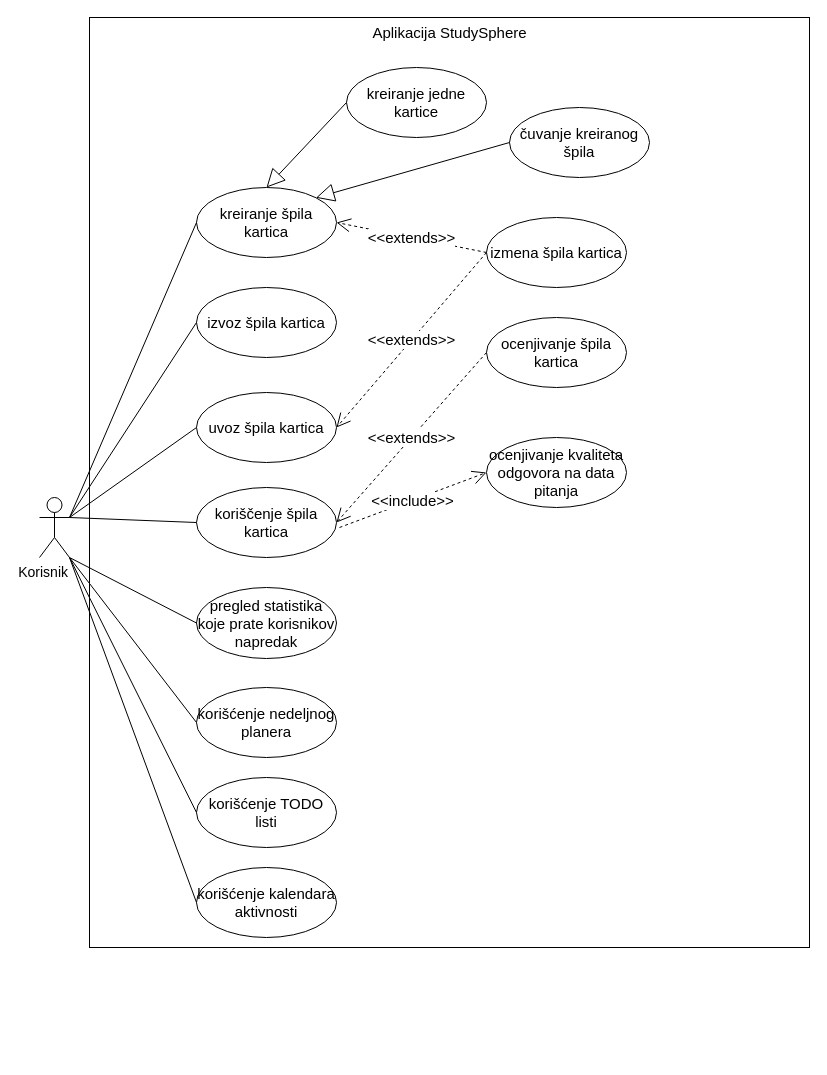
Before: docs/use_case_diagram.drawio in bogdans55/StudySphere, a draw.io diagram. Source tidied: cells renumbered, new cells numbered last; positions are measured from the earlier drawing's top-left corner, leaving out a move shared by most shapes. Both pictures are drawn from the tidied source at 100%, with x=0, y=0 at pixel (39, 17).
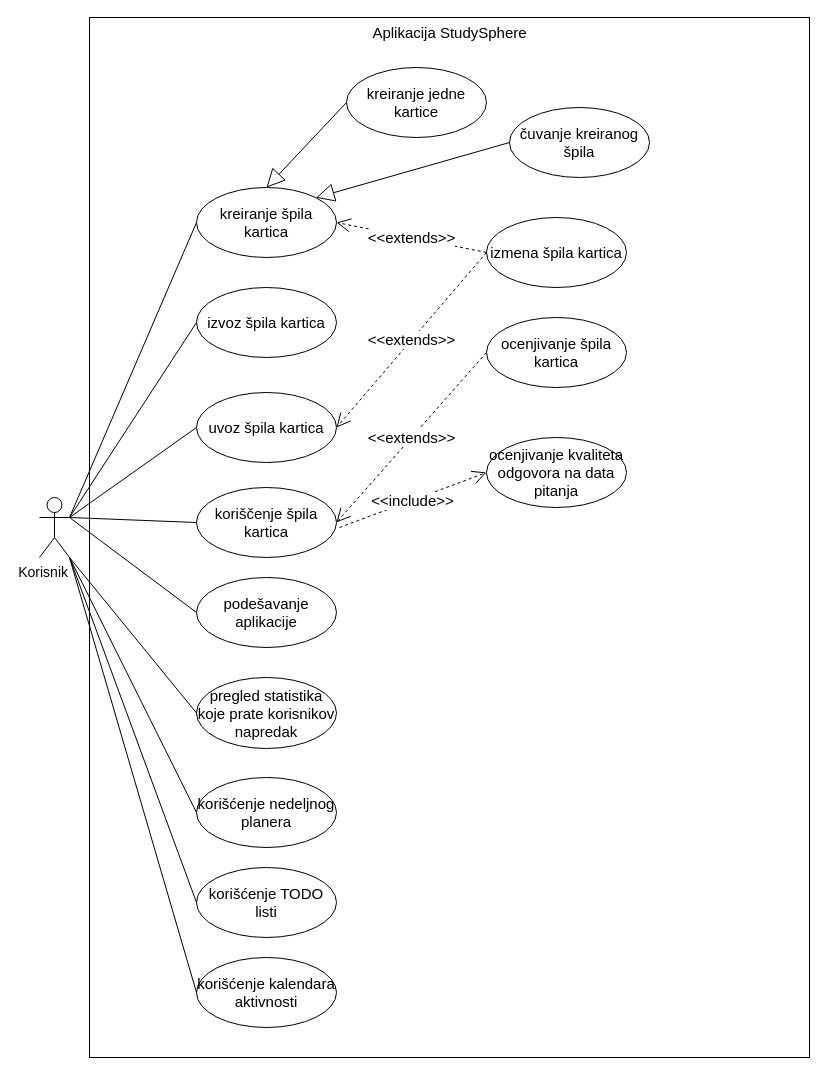
The same diagram, later.

The change refers to these unchanged cells:
```xml
<mxCell id="3" value="Korisnik" style="shape=umlActor;verticalLabelPosition=bottom;verticalAlign=top;html=1;fontSize=14;align=right;" parent="1" vertex="1">
  <mxGeometry y="480" width="30" height="60" as="geometry" />
</mxCell>
```

What changed in the source:
```diff
@@
     <mxCell id="2" value="Aplikacija StudySphere" style="html=1;align=center;verticalAlign=top;fontSize=15;" parent="1" vertex="1">
-      <mxGeometry x="50" width="720" height="930" as="geometry" />
+      <mxGeometry x="50" width="720" height="1040" as="geometry" />
     </mxCell>
@@
     <mxCell id="8" value="pregled statistika koje prate korisnikov napredak" style="ellipse;whiteSpace=wrap;html=1;fontSize=15;" parent="1" vertex="1">
-      <mxGeometry x="157" y="570" width="140" height="71" as="geometry" />
+      <mxGeometry x="157" y="660" width="140" height="71" as="geometry" />
     </mxCell>
     <mxCell id="9" value="korišćenje nedeljnog planera" style="ellipse;whiteSpace=wrap;html=1;fontSize=15;" parent="1" vertex="1">
-      <mxGeometry x="157" y="670" width="140" height="70" as="geometry" />
+      <mxGeometry x="157" y="760" width="140" height="70" as="geometry" />
     </mxCell>
     <mxCell id="10" value="korišćenje TODO listi" style="ellipse;whiteSpace=wrap;html=1;fontSize=15;" parent="1" vertex="1">
-      <mxGeometry x="157" y="760" width="140" height="70" as="geometry" />
+      <mxGeometry x="157" y="850" width="140" height="70" as="geometry" />
     </mxCell>
     <mxCell id="11" value="korišćenje kalendara aktivnosti" style="ellipse;whiteSpace=wrap;html=1;fontSize=15;" parent="1" vertex="1">
-      <mxGeometry x="157" y="850" width="140" height="70" as="geometry" />
+      <mxGeometry x="157" y="940" width="140" height="70" as="geometry" />
     </mxCell>
@@
+    <mxCell id="31" value="&lt;font style=&quot;font-size: 15px;&quot;&gt;podešavanje aplikacije&lt;/font&gt;" style="ellipse;whiteSpace=wrap;html=1;" parent="1" vertex="1">
+      <mxGeometry x="157" y="560" width="140" height="70" as="geometry" />
+    </mxCell>
+    <mxCell id="32" style="endArrow=none;html=1;rounded=0;exitX=1;exitY=0.3333333333333333;exitDx=0;exitDy=0;exitPerimeter=0;entryX=0;entryY=0.5;entryDx=0;entryDy=0;" parent="1" edge="1" source="3" target="31">
+      <mxGeometry relative="1" as="geometry" />
+    </mxCell>
```
